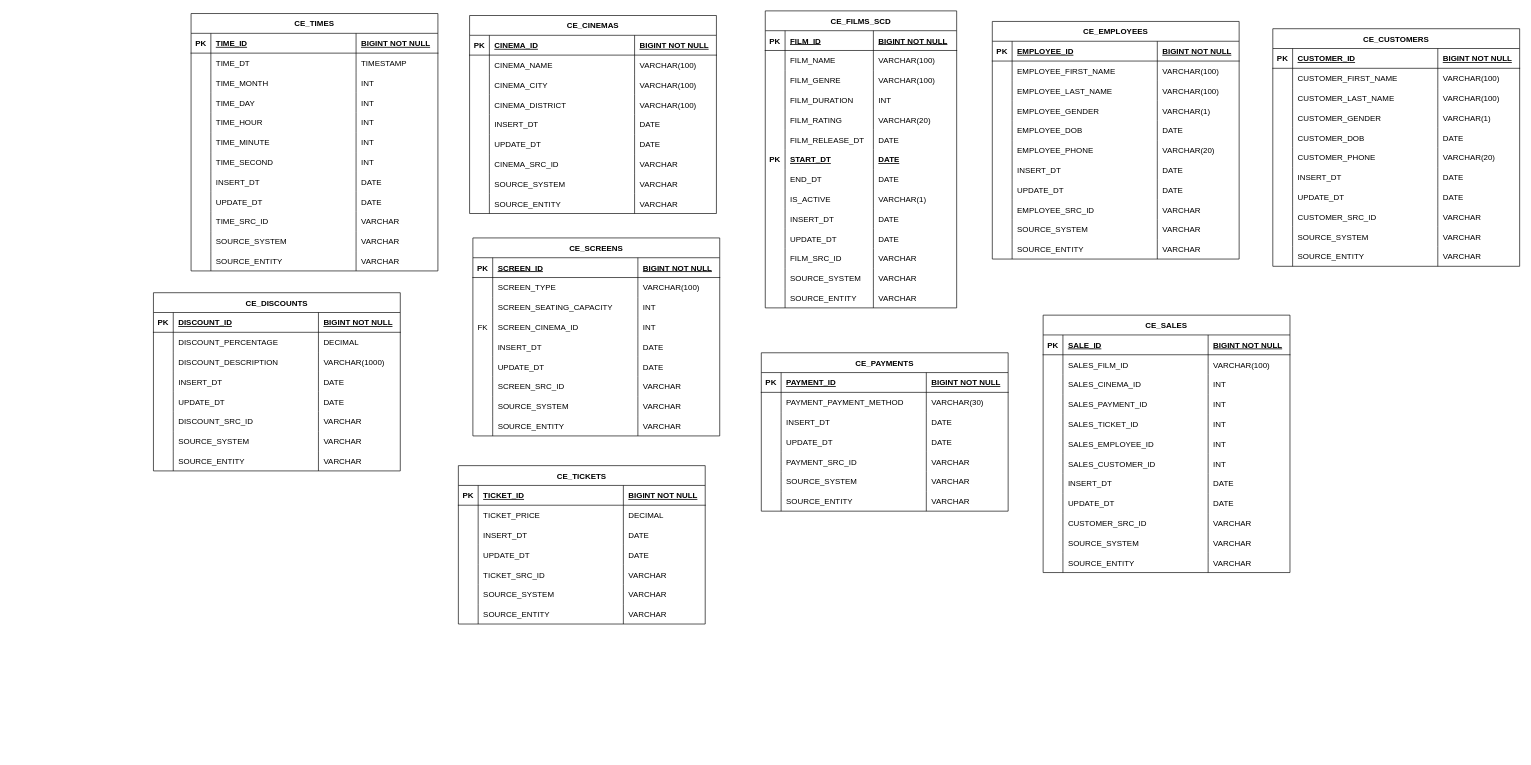
The draw.io diagram ticket_sales_3NF.drawio in GiorgiEz/DB-modeling, before the edit. Source tidied: cells renumbered, new cells numbered last; positions are measured from the earlier drawing's top-left corner, leaving out a move shared by most shapes. Both pictures are drawn from the tidied source at 66%, with x=0, y=0 at pixel (153, 11).
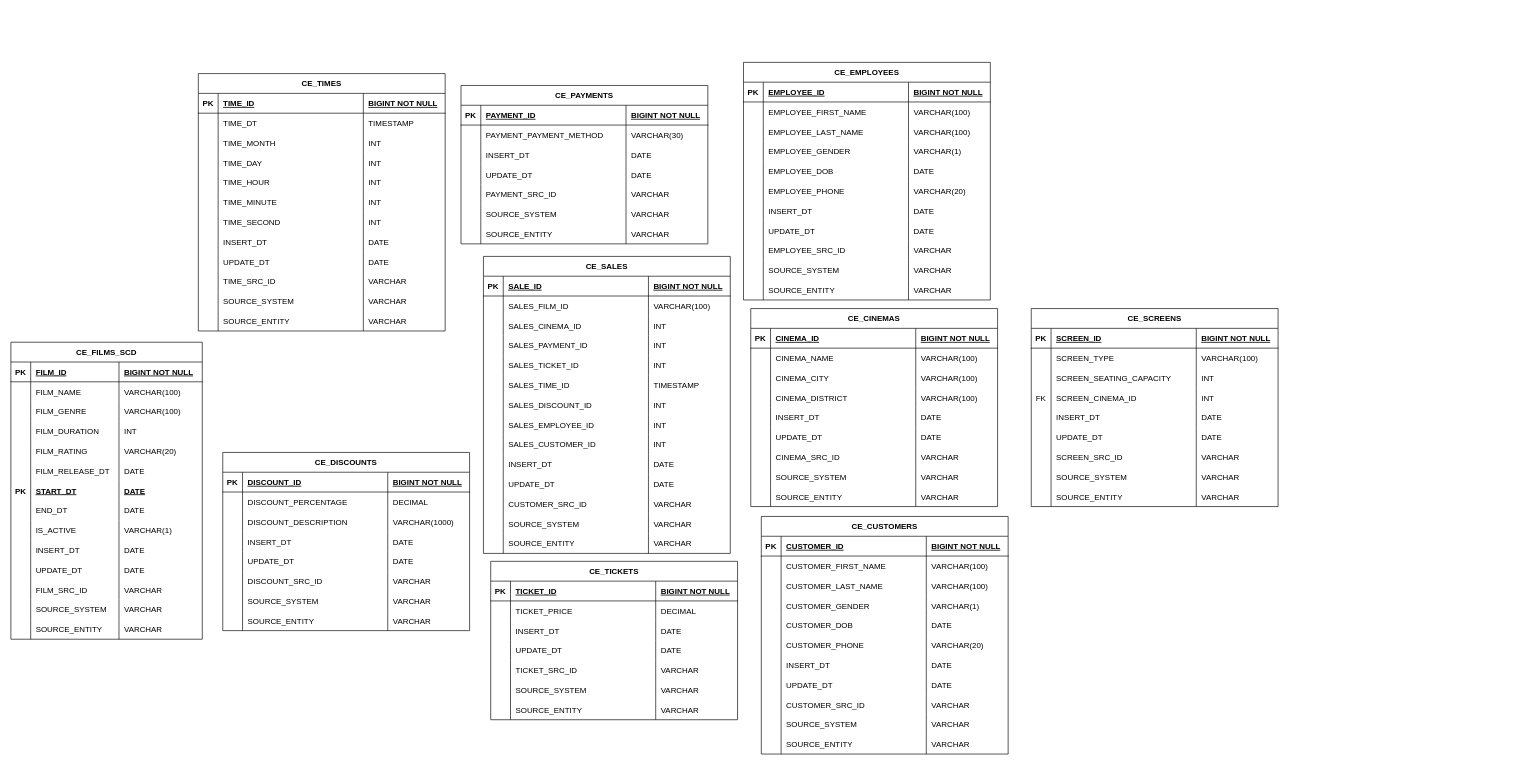
Above is the later version.

What changed in the source:
```diff
@@
     <mxCell id="2" value="CE_FILMS_SCD" style="shape=table;startSize=30;childLayout=tableLayout;rowLines=0;fontStyle=1;align=center;" parent="1" vertex="1">
-      <mxGeometry x="927" width="290" height="450" as="geometry" />
+      <mxGeometry x="-216" y="502" width="290" height="450" as="geometry" />
     </mxCell>
@@
     <mxCell id="59" value="CE_CINEMAS" style="shape=table;startSize=30;childLayout=tableLayout;rowLines=0;fontStyle=1;align=center;" parent="1" vertex="1">
-      <mxGeometry x="479" y="7" width="374" height="300" as="geometry" />
+      <mxGeometry x="905" y="451" width="374" height="300" as="geometry" />
     </mxCell>
@@
     <mxCell id="96" value="CE_TIMES" style="shape=table;startSize=30;childLayout=tableLayout;rowLines=0;fontStyle=1;align=center;" parent="1" vertex="1">
-      <mxGeometry x="57" y="4" width="374" height="390" as="geometry" />
+      <mxGeometry x="68" y="95" width="374" height="390" as="geometry" />
     </mxCell>
@@
     <mxCell id="145" value="CE_SCREENS" style="shape=table;startSize=30;childLayout=tableLayout;rowLines=0;fontStyle=1;align=center;" parent="1" vertex="1">
-      <mxGeometry x="484" y="344" width="374" height="300" as="geometry" />
+      <mxGeometry x="1330" y="451" width="374" height="300" as="geometry" />
     </mxCell>
@@
     <mxCell id="182" value="CE_DISCOUNTS" style="shape=table;startSize=30;childLayout=tableLayout;rowLines=0;fontStyle=1;align=center;" parent="1" vertex="1">
-      <mxGeometry y="427" width="374" height="270" as="geometry" />
+      <mxGeometry x="105" y="669" width="374" height="270" as="geometry" />
     </mxCell>
@@
     <mxCell id="215" value="CE_TICKETS" style="shape=table;startSize=30;childLayout=tableLayout;rowLines=0;fontStyle=1;align=center;" parent="1" vertex="1">
-      <mxGeometry x="462" y="689" width="374" height="240" as="geometry" />
+      <mxGeometry x="511" y="834" width="374" height="240" as="geometry" />
     </mxCell>
@@
     <mxCell id="244" value="CE_PAYMENTS" style="shape=table;startSize=30;childLayout=tableLayout;rowLines=0;fontStyle=1;align=center;" parent="1" vertex="1">
-      <mxGeometry x="921" y="518" width="374" height="240" as="geometry" />
+      <mxGeometry x="466" y="113" width="374" height="240" as="geometry" />
     </mxCell>
@@
     <mxCell id="273" value="CE_EMPLOYEES" style="shape=table;startSize=30;childLayout=tableLayout;rowLines=0;fontStyle=1;align=center;" parent="1" vertex="1">
-      <mxGeometry x="1271" y="16" width="374" height="360" as="geometry" />
+      <mxGeometry x="894" y="78" width="374" height="360" as="geometry" />
     </mxCell>
@@
     <mxCell id="318" value="CE_CUSTOMERS" style="shape=table;startSize=30;childLayout=tableLayout;rowLines=0;fontStyle=1;align=center;" parent="1" vertex="1">
-      <mxGeometry x="1696" y="27" width="374" height="360" as="geometry" />
+      <mxGeometry x="921" y="766" width="374" height="360" as="geometry" />
     </mxCell>
@@
     <mxCell id="363" value="CE_SALES" style="shape=table;startSize=30;childLayout=tableLayout;rowLines=0;fontStyle=1;align=center;" parent="1" vertex="1">
-      <mxGeometry x="1348" y="461" width="374" height="390" as="geometry" />
+      <mxGeometry x="500" y="372" width="374" height="450" as="geometry" />
     </mxCell>
@@
+    <mxCell id="412" style="shape=partialRectangle;fillColor=none;top=0;left=0;right=0;bottom=0;" parent="363" vertex="1">
+      <mxGeometry y="180" width="374" height="30" as="geometry" />
+    </mxCell>
+    <mxCell id="413" style="shape=partialRectangle;overflow=hidden;fillColor=none;top=0;left=0;bottom=0;right=0;" parent="412" vertex="1">
+      <mxGeometry width="30" height="30" as="geometry" />
+    </mxCell>
+    <mxCell id="414" value="SALES_TIME_ID" style="shape=partialRectangle;overflow=hidden;fillColor=none;top=0;left=0;bottom=0;right=0;align=left;spacingLeft=6;" parent="412" vertex="1">
+      <mxGeometry x="30" width="220" height="30" as="geometry" />
+    </mxCell>
+    <mxCell id="415" value="TIMESTAMP" style="shape=partialRectangle;overflow=hidden;fillColor=none;top=0;left=0;bottom=0;right=0;align=left;spacingLeft=6;" parent="412" vertex="1">
+      <mxGeometry x="250" width="124" height="30" as="geometry" />
+    </mxCell>
+    <mxCell id="416" style="shape=partialRectangle;fillColor=none;top=0;left=0;right=0;bottom=0;" parent="363" vertex="1">
+      <mxGeometry y="210" width="374" height="30" as="geometry" />
+    </mxCell>
+    <mxCell id="417" style="shape=partialRectangle;overflow=hidden;fillColor=none;top=0;left=0;bottom=0;right=0;" parent="416" vertex="1">
+      <mxGeometry width="30" height="30" as="geometry" />
+    </mxCell>
+    <mxCell id="418" value="SALES_DISCOUNT_ID" style="shape=partialRectangle;overflow=hidden;fillColor=none;top=0;left=0;bottom=0;right=0;align=left;spacingLeft=6;" parent="416" vertex="1">
+      <mxGeometry x="30" width="220" height="30" as="geometry" />
+    </mxCell>
+    <mxCell id="419" value="INT" style="shape=partialRectangle;overflow=hidden;fillColor=none;top=0;left=0;bottom=0;right=0;align=left;spacingLeft=6;" parent="416" vertex="1">
+      <mxGeometry x="250" width="124" height="30" as="geometry" />
+    </mxCell>
     <mxCell id="384" style="shape=partialRectangle;fillColor=none;top=0;left=0;right=0;bottom=0;" parent="363" vertex="1">
-      <mxGeometry y="180" width="374" height="30" as="geometry" />
+      <mxGeometry y="240" width="374" height="30" as="geometry" />
     </mxCell>
@@
     <mxCell id="388" style="shape=partialRectangle;fillColor=none;top=0;left=0;right=0;bottom=0;" parent="363" vertex="1">
-      <mxGeometry y="210" width="374" height="30" as="geometry" />
+      <mxGeometry y="270" width="374" height="30" as="geometry" />
     </mxCell>
@@
     <mxCell id="392" style="shape=partialRectangle;fillColor=none;top=0;left=0;right=0;bottom=0;" parent="363" vertex="1">
-      <mxGeometry y="240" width="374" height="30" as="geometry" />
+      <mxGeometry y="300" width="374" height="30" as="geometry" />
     </mxCell>
@@
     <mxCell id="396" style="shape=partialRectangle;fillColor=none;top=0;left=0;right=0;bottom=0;" parent="363" vertex="1">
-      <mxGeometry y="270" width="374" height="30" as="geometry" />
+      <mxGeometry y="330" width="374" height="30" as="geometry" />
     </mxCell>
@@
     <mxCell id="400" style="shape=partialRectangle;fillColor=none;top=0;left=0;right=0;bottom=0;" parent="363" vertex="1">
-      <mxGeometry y="300" width="374" height="30" as="geometry" />
+      <mxGeometry y="360" width="374" height="30" as="geometry" />
     </mxCell>
@@
     <mxCell id="404" style="shape=partialRectangle;fillColor=none;top=0;left=0;right=0;bottom=0;" parent="363" vertex="1">
-      <mxGeometry y="330" width="374" height="30" as="geometry" />
+      <mxGeometry y="390" width="374" height="30" as="geometry" />
     </mxCell>
@@
     <mxCell id="408" style="shape=partialRectangle;fillColor=none;top=0;left=0;right=0;bottom=0;" parent="363" vertex="1">
-      <mxGeometry y="360" width="374" height="30" as="geometry" />
+      <mxGeometry y="420" width="374" height="30" as="geometry" />
     </mxCell>
```
